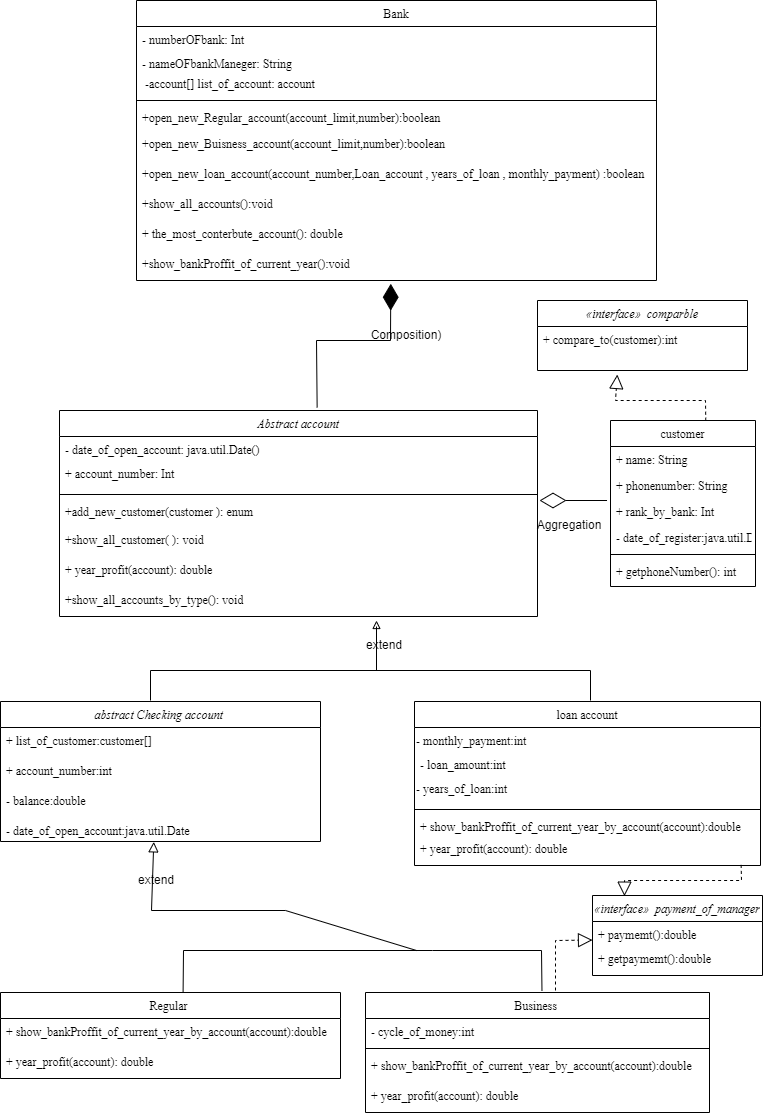
The draw.io diagram Bank.drawio.png in oran950/bank, before a commit. Source tidied: cells renumbered, new cells last; positions are measured from the earlier drawing's top-left corner, leaving out a move shared by most shapes.
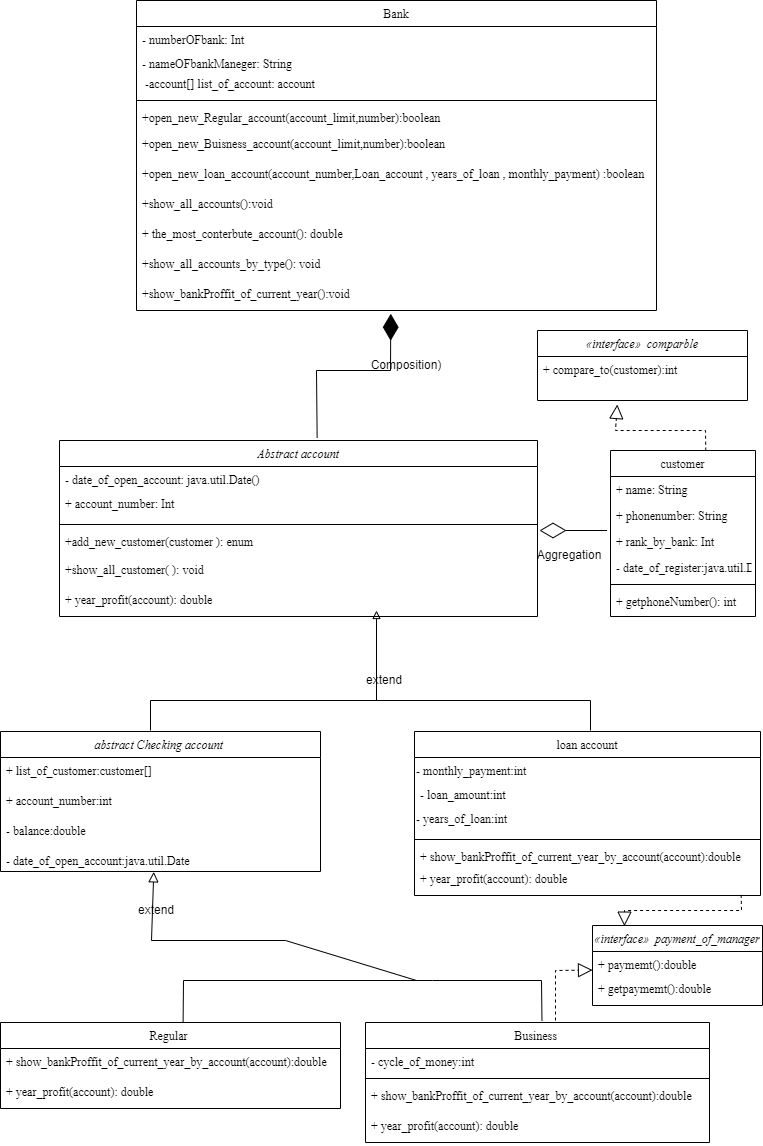
After the change.

The edit, as a diff of the source:
```diff
@@ -71,7 +71,7 @@
     <mxCell id="15" style="endArrow=block;html=1;rounded=0;align=center;verticalAlign=bottom;endFill=0;labelBackgroundColor=none;endSize=6;fontColor=default;fontFamily=Times New Roman;fontStyle=0;" parent="1" edge="1">
       <mxGeometry x="-1" y="-22" relative="1" as="geometry">
         <mxPoint x="376" y="626" as="sourcePoint" />
-        <mxPoint x="376" y="620" as="targetPoint" />
+        <mxPoint x="376" y="580" as="targetPoint" />
         <Array as="points">
           <mxPoint x="376" y="670" />
         </Array>
@@ -115,7 +115,7 @@
       <mxGeometry y="134" width="346" height="30" as="geometry" />
     </mxCell>
     <mxCell id="28" value="Abstract account" style="swimlane;fontStyle=2;align=center;verticalAlign=top;horizontal=1;startSize=26;rounded=0;labelBackgroundColor=none;fontFamily=Times New Roman;" parent="1" vertex="1">
-      <mxGeometry x="59" y="410" width="478" height="206" as="geometry" />
+      <mxGeometry x="59" y="410" width="478" height="176" as="geometry" />
     </mxCell>
     <mxCell id="29" value="- date_of_open_account: java.util.Date()" style="text;strokeColor=none;fillColor=none;align=left;verticalAlign=top;spacingLeft=4;spacingRight=4;overflow=hidden;rounded=0;labelBackgroundColor=none;fontFamily=Times New Roman;fontStyle=0;" parent="28" vertex="1">
       <mxGeometry y="26" width="478" height="24" as="geometry" />
@@ -135,11 +135,8 @@
     <mxCell id="34" value="+ year_profit(account): double" style="text;strokeColor=none;fillColor=none;align=left;verticalAlign=top;spacingLeft=4;spacingRight=4;overflow=hidden;rounded=0;labelBackgroundColor=none;fontFamily=Times New Roman;fontStyle=0;" parent="28" vertex="1">
       <mxGeometry y="146" width="478" height="30" as="geometry" />
     </mxCell>
-    <mxCell id="35" value="+show_all_accounts_by_type(): void" style="text;strokeColor=none;fillColor=none;align=left;verticalAlign=top;spacingLeft=4;spacingRight=4;overflow=hidden;rounded=0;labelBackgroundColor=none;fontFamily=Times New Roman;fontStyle=0;" parent="28" vertex="1">
-      <mxGeometry y="176" width="478" height="30" as="geometry" />
-    </mxCell>
     <mxCell id="36" value="Bank" style="swimlane;fontStyle=0;align=center;verticalAlign=top;horizontal=1;startSize=26;rounded=0;labelBackgroundColor=none;fontFamily=Times New Roman;" parent="1" vertex="1">
-      <mxGeometry x="136" width="520" height="280" as="geometry" />
+      <mxGeometry x="136" y="-30" width="520" height="310" as="geometry" />
     </mxCell>
     <mxCell id="37" value="- numberOFbank: Int" style="text;strokeColor=none;fillColor=none;align=left;verticalAlign=top;spacingLeft=4;spacingRight=4;overflow=hidden;rounded=0;labelBackgroundColor=none;fontFamily=Times New Roman;fontStyle=0;" parent="36" vertex="1">
       <mxGeometry y="26" width="520" height="24" as="geometry" />
@@ -168,8 +165,11 @@
     <mxCell id="45" value="+ the_most_conterbute_account(): double" style="text;strokeColor=none;fillColor=none;align=left;verticalAlign=top;spacingLeft=4;spacingRight=4;overflow=hidden;rounded=0;labelBackgroundColor=none;fontFamily=Times New Roman;fontStyle=0;" parent="36" vertex="1">
       <mxGeometry y="220" width="520" height="30" as="geometry" />
     </mxCell>
+    <mxCell id="35" value="+show_all_accounts_by_type(): void" style="text;strokeColor=none;fillColor=none;align=left;verticalAlign=top;spacingLeft=4;spacingRight=4;overflow=hidden;rounded=0;labelBackgroundColor=none;fontFamily=Times New Roman;fontStyle=0;" parent="36" vertex="1">
+      <mxGeometry y="250" width="520" height="30" as="geometry" />
+    </mxCell>
     <mxCell id="46" value="+show_bankProffit_of_current_year():void" style="text;strokeColor=none;fillColor=none;align=left;verticalAlign=top;spacingLeft=4;spacingRight=4;overflow=hidden;points=[[0,0.5],[1,0.5]];portConstraint=eastwest;rounded=0;labelBackgroundColor=none;fontFamily=Times New Roman;fontStyle=0;" parent="36" vertex="1">
-      <mxGeometry y="250" width="520" height="30" as="geometry" />
+      <mxGeometry y="280" width="520" height="30" as="geometry" />
     </mxCell>
     <mxCell id="47" value="customer" style="swimlane;fontStyle=0;align=center;verticalAlign=top;horizontal=1;startSize=26;rounded=0;labelBackgroundColor=none;fontFamily=Times New Roman;" parent="1" vertex="1">
       <mxGeometry x="610" y="420" width="145" height="166" as="geometry" />
@@ -193,7 +193,7 @@
       <mxGeometry y="138" width="145" height="28" as="geometry" />
     </mxCell>
     <mxCell id="54" value="extend" style="text;strokeColor=none;align=center;fillColor=none;html=1;verticalAlign=middle;whiteSpace=wrap;rounded=0;" parent="1" vertex="1">
-      <mxGeometry x="354" y="630" width="60" height="30" as="geometry" />
+      <mxGeometry x="354" y="640" width="60" height="20" as="geometry" />
     </mxCell>
     <mxCell id="55" value="extend" style="text;strokeColor=none;align=center;fillColor=none;html=1;verticalAlign=middle;whiteSpace=wrap;rounded=0;" parent="1" vertex="1">
       <mxGeometry x="126" y="865" width="60" height="30" as="geometry" />
```
